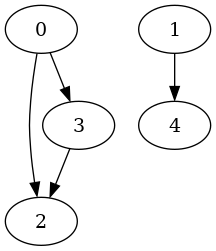
XushengLuo92/Hierarchical-LTL keeps this Graphviz diagram as routing_graph.png. Above is the earlier version. Its source is kept beside it as routing_graph.dot.
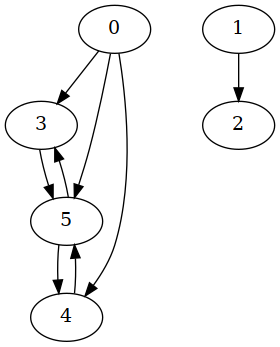
After the commit.

Commit message:
handle navigation task

The edit, as a diff of the source:
```diff
@@ -1,12 +1,17 @@
 strict digraph "" {
 	graph [type=routing_graph];
 	0	[location_type_component_task_element="['r1', 1, 1, -1]"];
-	2	[location_type_component_task_element="['p7', 1, 1, 'p0', 2]"];
-	0 -> 2	[weight=10];
-	3	[location_type_component_task_element="['p4', 1, 1, 'p100', 2]"];
+	3	[location_type_component_task_element="['p3', 1, 1, 'p100', 2]"];
 	0 -> 3	[weight=10];
+	4	[location_type_component_task_element="['p4', 1, 1, 'p200', 1]"];
+	0 -> 4	[weight=10];
+	5	[location_type_component_task_element="['p5', 1, 1, 'p300', 1]"];
+	0 -> 5	[weight=10];
 	1	[location_type_component_task_element="['r2', 2, 1, -1]"];
-	4	[location_type_component_task_element="['p3', 2, 1, 'p200', 1]"];
-	1 -> 4	[weight=10];
-	3 -> 2	[weight=10];
+	2	[location_type_component_task_element="['p2', 2, 1, 'p100', 1]"];
+	1 -> 2	[weight=10];
+	3 -> 5	[weight=10];
+	4 -> 5	[weight=10];
+	5 -> 3	[weight=10];
+	5 -> 4	[weight=10];
 }
```
